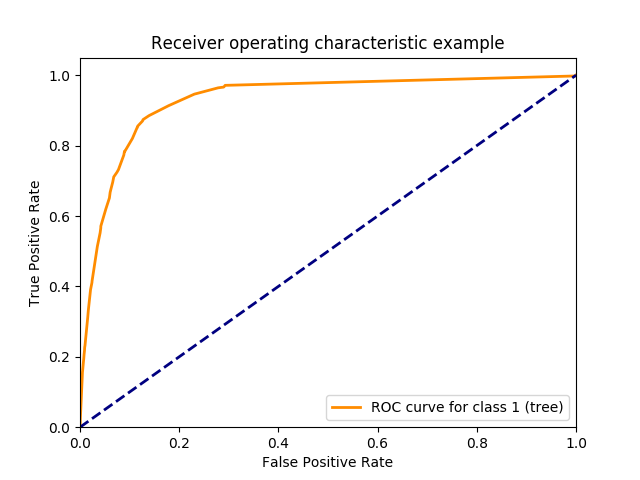
The Graphviz diagram milestone_1/tree.png in jinghanY/App517, before a commit. Its source is kept beside it as milestone_1/tree.dot.
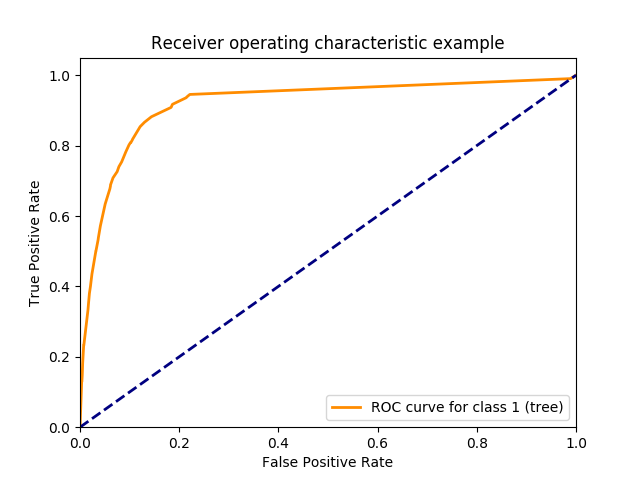
The same diagram one commit later.

The edit, as a diff of the source:
```diff
@@ -1,248 +1,236 @@
 digraph Tree {
 node [shape=box] ;
-0 [label="nr.employed <= 5087.65\ngini = 0.201\nsamples = 24712\nvalue = [21910, 2802]\nclass = no"] ;
-1 [label="duration <= 172.5\ngini = 0.494\nsamples = 2982\nvalue = [1650, 1332]\nclass = no"] ;
+0 [label="nr.employed <= 5087.65\ngini = 0.2\nsamples = 24712\nvalue = [21920, 2792]\nclass = no"] ;
+1 [label="duration <= 166.5\ngini = 0.494\nsamples = 2972\nvalue = [1646, 1326]\nclass = no"] ;
 0 -> 1 [labeldistance=2.5, labelangle=45, headlabel="True"] ;
-2 [label="pdays <= 6.5\ngini = 0.28\nsamples = 1152\nvalue = [958, 194]\nclass = no"] ;
+2 [label="duration <= 123.5\ngini = 0.263\nsamples = 1052\nvalue = [888, 164]\nclass = no"] ;
 1 -> 2 ;
-3 [label="mon <= 0.5\ngini = 0.489\nsamples = 165\nvalue = [95, 70]\nclass = no"] ;
+3 [label="pdays <= 4.5\ngini = 0.154\nsamples = 641\nvalue = [587, 54]\nclass = no"] ;
 2 -> 3 ;
-4 [label="euribor3m <= 0.715\ngini = 0.5\nsamples = 124\nvalue = [62, 62]\nclass = no"] ;
+4 [label="mar <= 0.5\ngini = 0.483\nsamples = 49\nvalue = [29, 20]\nclass = no"] ;
 3 -> 4 ;
-5 [label="fri <= 0.5\ngini = 0.35\nsamples = 31\nvalue = [7, 24]\nclass = no"] ;
+5 [label="euribor3m <= 1.237\ngini = 0.466\nsamples = 46\nvalue = [29, 17]\nclass = no"] ;
 4 -> 5 ;
-6 [label="gini = 0.219\nsamples = 24\nvalue = [3, 21]\nclass = no"] ;
+6 [label="gini = 0.426\nsamples = 39\nvalue = [27, 12]\nclass = no"] ;
 5 -> 6 ;
-7 [label="gini = 0.49\nsamples = 7\nvalue = [4, 3]\nclass = no"] ;
+7 [label="gini = 0.408\nsamples = 7\nvalue = [2, 5]\nclass = no"] ;
 5 -> 7 ;
-8 [label="sep <= 0.5\ngini = 0.483\nsamples = 93\nvalue = [55, 38]\nclass = no"] ;
+8 [label="gini = 0.0\nsamples = 3\nvalue = [0, 3]\nclass = no"] ;
 4 -> 8 ;
-9 [label="gini = 0.444\nsamples = 72\nvalue = [48, 24]\nclass = no"] ;
-8 -> 9 ;
-10 [label="gini = 0.444\nsamples = 21\nvalue = [7, 14]\nclass = no"] ;
-8 -> 10 ;
-11 [label="duration <= 158.5\ngini = 0.314\nsamples = 41\nvalue = [33, 8]\nclass = no"] ;
-3 -> 11 ;
-12 [label="campaign <= 1.5\ngini = 0.229\nsamples = 38\nvalue = [33, 5]\nclass = no"] ;
-11 -> 12 ;
-13 [label="gini = 0.0\nsamples = 14\nvalue = [14, 0]\nclass = no"] ;
-12 -> 13 ;
-14 [label="gini = 0.33\nsamples = 24\nvalue = [19, 5]\nclass = no"] ;
-12 -> 14 ;
-15 [label="gini = 0.0\nsamples = 3\nvalue = [0, 3]\nclass = no"] ;
-11 -> 15 ;
-16 [label="duration <= 123.5\ngini = 0.22\nsamples = 987\nvalue = [863, 124]\nclass = no"] ;
+9 [label="duration <= 78.5\ngini = 0.108\nsamples = 592\nvalue = [558, 34]\nclass = no"] ;
+3 -> 9 ;
+10 [label="euribor3m <= 1.264\ngini = 0.009\nsamples = 233\nvalue = [232, 1]\nclass = no"] ;
+9 -> 10 ;
+11 [label="gini = 0.0\nsamples = 228\nvalue = [228, 0]\nclass = no"] ;
+10 -> 11 ;
+12 [label="gini = 0.32\nsamples = 5\nvalue = [4, 1]\nclass = no"] ;
+10 -> 12 ;
+13 [label="cons.price.idx <= 93.559\ngini = 0.167\nsamples = 359\nvalue = [326, 33]\nclass = no"] ;
+9 -> 13 ;
+14 [label="gini = 0.202\nsamples = 280\nvalue = [248, 32]\nclass = no"] ;
+13 -> 14 ;
+15 [label="gini = 0.025\nsamples = 79\nvalue = [78, 1]\nclass = no"] ;
+13 -> 15 ;
+16 [label="cons.conf.idx <= -34.7\ngini = 0.392\nsamples = 411\nvalue = [301, 110]\nclass = no"] ;
 2 -> 16 ;
-17 [label="duration <= 81.5\ngini = 0.135\nsamples = 620\nvalue = [575, 45]\nclass = no"] ;
+17 [label="duration <= 159.5\ngini = 0.292\nsamples = 197\nvalue = [162, 35]\nclass = no"] ;
 16 -> 17 ;
-18 [label="pdays <= 13.5\ngini = 0.039\nsamples = 252\nvalue = [247, 5]\nclass = no"] ;
+18 [label="age <= 35.5\ngini = 0.25\nsamples = 164\nvalue = [140, 24]\nclass = no"] ;
 17 -> 18 ;
-19 [label="gini = 0.444\nsamples = 3\nvalue = [2, 1]\nclass = no"] ;
+19 [label="gini = 0.153\nsamples = 84\nvalue = [77, 7]\nclass = no"] ;
 18 -> 19 ;
-20 [label="gini = 0.032\nsamples = 249\nvalue = [245, 4]\nclass = no"] ;
+20 [label="gini = 0.335\nsamples = 80\nvalue = [63, 17]\nclass = no"] ;
 18 -> 20 ;
-21 [label="euribor3m <= 1.264\ngini = 0.194\nsamples = 368\nvalue = [328, 40]\nclass = no"] ;
+21 [label="previous <= 3.5\ngini = 0.444\nsamples = 33\nvalue = [22, 11]\nclass = no"] ;
 17 -> 21 ;
-22 [label="gini = 0.177\nsamples = 346\nvalue = [312, 34]\nclass = no"] ;
+22 [label="gini = 0.412\nsamples = 31\nvalue = [22, 9]\nclass = no"] ;
 21 -> 22 ;
-23 [label="gini = 0.397\nsamples = 22\nvalue = [16, 6]\nclass = no"] ;
+23 [label="gini = 0.0\nsamples = 2\nvalue = [0, 2]\nclass = no"] ;
 21 -> 23 ;
-24 [label="emp.var.rate <= -1.75\ngini = 0.338\nsamples = 367\nvalue = [288, 79]\nclass = no"] ;
+24 [label="pdays <= 13.0\ngini = 0.455\nsamples = 214\nvalue = [139, 75]\nclass = no"] ;
 16 -> 24 ;
-25 [label="age <= 23.5\ngini = 0.39\nsamples = 290\nvalue = [213, 77]\nclass = no"] ;
+25 [label="mon <= 0.5\ngini = 0.495\nsamples = 42\nvalue = [19, 23]\nclass = no"] ;
 24 -> 25 ;
-26 [label="gini = 0.49\nsamples = 14\nvalue = [6, 8]\nclass = no"] ;
+26 [label="gini = 0.437\nsamples = 31\nvalue = [10, 21]\nclass = no"] ;
 25 -> 26 ;
-27 [label="gini = 0.375\nsamples = 276\nvalue = [207, 69]\nclass = no"] ;
+27 [label="gini = 0.298\nsamples = 11\nvalue = [9, 2]\nclass = no"] ;
 25 -> 27 ;
-28 [label="unemployed <= 0.5\ngini = 0.051\nsamples = 77\nvalue = [75, 2]\nclass = no"] ;
+28 [label="age <= 22.5\ngini = 0.422\nsamples = 172\nvalue = [120, 52]\nclass = no"] ;
 24 -> 28 ;
-29 [label="gini = 0.026\nsamples = 75\nvalue = [74, 1]\nclass = no"] ;
+29 [label="gini = 0.0\nsamples = 5\nvalue = [0, 5]\nclass = no"] ;
 28 -> 29 ;
-30 [label="gini = 0.5\nsamples = 2\nvalue = [1, 1]\nclass = no"] ;
+30 [label="gini = 0.404\nsamples = 167\nvalue = [120, 47]\nclass = no"] ;
 28 -> 30 ;
-31 [label="pdays <= 16.5\ngini = 0.47\nsamples = 1830\nvalue = [692, 1138]\nclass = no"] ;
+31 [label="success <= 0.5\ngini = 0.478\nsamples = 1920\nvalue = [758, 1162]\nclass = no"] ;
 1 -> 31 ;
-32 [label="campaign <= 3.5\ngini = 0.277\nsamples = 541\nvalue = [90, 451]\nclass = no"] ;
+32 [label="duration <= 264.5\ngini = 0.499\nsamples = 1407\nvalue = [665, 742]\nclass = no"] ;
 31 -> 32 ;
-33 [label="duration <= 191.5\ngini = 0.255\nsamples = 500\nvalue = [75, 425]\nclass = no"] ;
+33 [label="duration <= 197.5\ngini = 0.482\nsamples = 530\nvalue = [315, 215]\nclass = no"] ;
 32 -> 33 ;
-34 [label="cellular <= 0.5\ngini = 0.414\nsamples = 58\nvalue = [17, 41]\nclass = no"] ;
+34 [label="oct <= 0.5\ngini = 0.439\nsamples = 200\nvalue = [135, 65]\nclass = no"] ;
 33 -> 34 ;
-35 [label="gini = 0.0\nsamples = 2\nvalue = [2, 0]\nclass = no"] ;
+35 [label="gini = 0.467\nsamples = 170\nvalue = [107, 63]\nclass = no"] ;
 34 -> 35 ;
-36 [label="gini = 0.392\nsamples = 56\nvalue = [15, 41]\nclass = no"] ;
+36 [label="gini = 0.124\nsamples = 30\nvalue = [28, 2]\nclass = no"] ;
 34 -> 36 ;
-37 [label="euribor3m <= 1.261\ngini = 0.228\nsamples = 442\nvalue = [58, 384]\nclass = no"] ;
+37 [label="pdays <= 8.5\ngini = 0.496\nsamples = 330\nvalue = [180, 150]\nclass = no"] ;
 33 -> 37 ;
-38 [label="gini = 0.213\nsamples = 429\nvalue = [52, 377]\nclass = no"] ;
+38 [label="gini = 0.0\nsamples = 6\nvalue = [0, 6]\nclass = no"] ;
 37 -> 38 ;
-39 [label="gini = 0.497\nsamples = 13\nvalue = [6, 7]\nclass = no"] ;
+39 [label="gini = 0.494\nsamples = 324\nvalue = [180, 144]\nclass = no"] ;
 37 -> 39 ;
-40 [label="duration <= 545.0\ngini = 0.464\nsamples = 41\nvalue = [15, 26]\nclass = no"] ;
+40 [label="emp.var.rate <= -2.35\ngini = 0.48\nsamples = 877\nvalue = [350, 527]\nclass = no"] ;
 32 -> 40 ;
-41 [label="euribor3m <= 0.668\ngini = 0.496\nsamples = 33\nvalue = [15, 18]\nclass = no"] ;
+41 [label="euribor3m <= 0.738\ngini = 0.495\nsamples = 508\nvalue = [229, 279]\nclass = no"] ;
 40 -> 41 ;
-42 [label="gini = 0.0\nsamples = 4\nvalue = [0, 4]\nclass = no"] ;
+42 [label="gini = 0.462\nsamples = 130\nvalue = [47, 83]\nclass = no"] ;
 41 -> 42 ;
-43 [label="gini = 0.499\nsamples = 29\nvalue = [15, 14]\nclass = no"] ;
+43 [label="gini = 0.499\nsamples = 378\nvalue = [182, 196]\nclass = no"] ;
 41 -> 43 ;
-44 [label="gini = 0.0\nsamples = 8\nvalue = [0, 8]\nclass = no"] ;
+44 [label="nonexistent <= 0.5\ngini = 0.441\nsamples = 369\nvalue = [121, 248]\nclass = no"] ;
 40 -> 44 ;
-45 [label="duration <= 250.5\ngini = 0.498\nsamples = 1289\nvalue = [602, 687]\nclass = no"] ;
-31 -> 45 ;
-46 [label="cons.conf.idx <= -28.35\ngini = 0.481\nsamples = 427\nvalue = [255, 172]\nclass = no"] ;
-45 -> 46 ;
-47 [label="campaign <= 4.5\ngini = 0.488\nsamples = 390\nvalue = [225, 165]\nclass = no"] ;
-46 -> 47 ;
-48 [label="gini = 0.493\nsamples = 368\nvalue = [206, 162]\nclass = no"] ;
+45 [label="gini = 0.492\nsamples = 137\nvalue = [60, 77]\nclass = no"] ;
+44 -> 45 ;
+46 [label="gini = 0.388\nsamples = 232\nvalue = [61, 171]\nclass = no"] ;
+44 -> 46 ;
+47 [label="duration <= 1338.5\ngini = 0.297\nsamples = 513\nvalue = [93, 420]\nclass = no"] ;
+31 -> 47 ;
+48 [label="previous <= 5.5\ngini = 0.291\nsamples = 510\nvalue = [90, 420]\nclass = no"] ;
 47 -> 48 ;
-49 [label="gini = 0.236\nsamples = 22\nvalue = [19, 3]\nclass = no"] ;
-47 -> 49 ;
-50 [label="euribor3m <= 0.723\ngini = 0.307\nsamples = 37\nvalue = [30, 7]\nclass = no"] ;
-46 -> 50 ;
-51 [label="gini = 0.5\nsamples = 8\nvalue = [4, 4]\nclass = no"] ;
-50 -> 51 ;
-52 [label="gini = 0.185\nsamples = 29\nvalue = [26, 3]\nclass = no"] ;
-50 -> 52 ;
-53 [label="nr.employed <= 5013.1\ngini = 0.481\nsamples = 862\nvalue = [347, 515]\nclass = no"] ;
-45 -> 53 ;
-54 [label="duration <= 520.5\ngini = 0.433\nsamples = 338\nvalue = [107, 231]\nclass = no"] ;
-53 -> 54 ;
-55 [label="gini = 0.474\nsamples = 241\nvalue = [93, 148]\nclass = no"] ;
+49 [label="duration <= 221.5\ngini = 0.286\nsamples = 508\nvalue = [88, 420]\nclass = no"] ;
+48 -> 49 ;
+50 [label="gini = 0.386\nsamples = 115\nvalue = [30, 85]\nclass = no"] ;
+49 -> 50 ;
+51 [label="gini = 0.252\nsamples = 393\nvalue = [58, 335]\nclass = no"] ;
+49 -> 51 ;
+52 [label="gini = 0.0\nsamples = 2\nvalue = [2, 0]\nclass = no"] ;
+48 -> 52 ;
+53 [label="gini = 0.0\nsamples = 3\nvalue = [3, 0]\nclass = no"] ;
+47 -> 53 ;
+54 [label="duration <= 552.5\ngini = 0.126\nsamples = 21740\nvalue = [20274, 1466]\nclass = no"] ;
+0 -> 54 [labeldistance=2.5, labelangle=-45, headlabel="False"] ;
+55 [label="cons.conf.idx <= -46.65\ngini = 0.052\nsamples = 19557\nvalue = [19038, 519]\nclass = no"] ;
 54 -> 55 ;
-56 [label="gini = 0.247\nsamples = 97\nvalue = [14, 83]\nclass = no"] ;
-54 -> 56 ;
-57 [label="age <= 24.5\ngini = 0.496\nsamples = 524\nvalue = [240, 284]\nclass = no"] ;
-53 -> 57 ;
-58 [label="gini = 0.387\nsamples = 42\nvalue = [11, 31]\nclass = no"] ;
+56 [label="euribor3m <= 1.515\ngini = 0.284\nsamples = 1444\nvalue = [1196, 248]\nclass = no"] ;
+55 -> 56 ;
+57 [label="euribor3m <= 1.368\ngini = 0.242\nsamples = 1298\nvalue = [1115, 183]\nclass = no"] ;
+56 -> 57 ;
+58 [label="duration <= 237.5\ngini = 0.461\nsamples = 147\nvalue = [94, 53]\nclass = no"] ;
 57 -> 58 ;
-59 [label="gini = 0.499\nsamples = 482\nvalue = [229, 253]\nclass = no"] ;
-57 -> 59 ;
-60 [label="duration <= 525.5\ngini = 0.126\nsamples = 21730\nvalue = [20260, 1470]\nclass = no"] ;
-0 -> 60 [labeldistance=2.5, labelangle=-45, headlabel="False"] ;
-61 [label="cons.conf.idx <= -46.65\ngini = 0.05\nsamples = 19395\nvalue = [18894, 501]\nclass = no"] ;
-60 -> 61 ;
-62 [label="euribor3m <= 1.526\ngini = 0.296\nsamples = 1462\nvalue = [1198, 264]\nclass = no"] ;
+59 [label="gini = 0.081\nsamples = 71\nvalue = [68, 3]\nclass = no"] ;
+58 -> 59 ;
+60 [label="gini = 0.45\nsamples = 76\nvalue = [26, 50]\nclass = no"] ;
+58 -> 60 ;
+61 [label="age <= 30.5\ngini = 0.2\nsamples = 1151\nvalue = [1021, 130]\nclass = no"] ;
+57 -> 61 ;
+62 [label="gini = 0.383\nsamples = 186\nvalue = [138, 48]\nclass = no"] ;
 61 -> 62 ;
-63 [label="euribor3m <= 1.368\ngini = 0.251\nsamples = 1304\nvalue = [1112, 192]\nclass = no"] ;
-62 -> 63 ;
-64 [label="duration <= 223.5\ngini = 0.459\nsamples = 151\nvalue = [97, 54]\nclass = no"] ;
-63 -> 64 ;
-65 [label="gini = 0.123\nsamples = 76\nvalue = [71, 5]\nclass = no"] ;
+63 [label="gini = 0.156\nsamples = 965\nvalue = [883, 82]\nclass = no"] ;
+61 -> 63 ;
+64 [label="duration <= 167.5\ngini = 0.494\nsamples = 146\nvalue = [81, 65]\nclass = no"] ;
+56 -> 64 ;
+65 [label="student <= 0.5\ngini = 0.366\nsamples = 87\nvalue = [66, 21]\nclass = no"] ;
 64 -> 65 ;
-66 [label="gini = 0.453\nsamples = 75\nvalue = [26, 49]\nclass = no"] ;
-64 -> 66 ;
-67 [label="age <= 30.5\ngini = 0.211\nsamples = 1153\nvalue = [1015, 138]\nclass = no"] ;
-63 -> 67 ;
-68 [label="gini = 0.421\nsamples = 196\nvalue = [137, 59]\nclass = no"] ;
-67 -> 68 ;
-69 [label="gini = 0.151\nsamples = 957\nvalue = [878, 79]\nclass = no"] ;
-67 -> 69 ;
-70 [label="duration <= 186.5\ngini = 0.496\nsamples = 158\nvalue = [86, 72]\nclass = no"] ;
-62 -> 70 ;
-71 [label="duration <= 94.0\ngini = 0.389\nsamples = 102\nvalue = [75, 27]\nclass = no"] ;
-70 -> 71 ;
-72 [label="gini = 0.127\nsamples = 44\nvalue = [41, 3]\nclass = no"] ;
+66 [label="gini = 0.317\nsamples = 81\nvalue = [65, 16]\nclass = no"] ;
+65 -> 66 ;
+67 [label="gini = 0.278\nsamples = 6\nvalue = [1, 5]\nclass = no"] ;
+65 -> 67 ;
+68 [label="thu <= 0.5\ngini = 0.379\nsamples = 59\nvalue = [15, 44]\nclass = no"] ;
+64 -> 68 ;
+69 [label="gini = 0.315\nsamples = 51\nvalue = [10, 41]\nclass = no"] ;
+68 -> 69 ;
+70 [label="gini = 0.469\nsamples = 8\nvalue = [5, 3]\nclass = no"] ;
+68 -> 70 ;
+71 [label="oct <= 0.5\ngini = 0.029\nsamples = 18113\nvalue = [17842, 271]\nclass = no"] ;
+55 -> 71 ;
+72 [label="duration <= 425.5\ngini = 0.027\nsamples = 18081\nvalue = [17832, 249]\nclass = no"] ;
 71 -> 72 ;
-73 [label="gini = 0.485\nsamples = 58\nvalue = [34, 24]\nclass = no"] ;
-71 -> 73 ;
-74 [label="no <= 0.5\ngini = 0.316\nsamples = 56\nvalue = [11, 45]\nclass = no"] ;
-70 -> 74 ;
-75 [label="gini = 0.42\nsamples = 30\nvalue = [9, 21]\nclass = no"] ;
-74 -> 75 ;
-76 [label="gini = 0.142\nsamples = 26\nvalue = [2, 24]\nclass = no"] ;
-74 -> 76 ;
-77 [label="oct <= 0.5\ngini = 0.026\nsamples = 17933\nvalue = [17696, 237]\nclass = no"] ;
-61 -> 77 ;
-78 [label="duration <= 395.5\ngini = 0.024\nsamples = 17904\nvalue = [17685, 219]\nclass = no"] ;
-77 -> 78 ;
-79 [label="euribor3m <= 1.276\ngini = 0.011\nsamples = 16615\nvalue = [16522, 93]\nclass = no"] ;
-78 -> 79 ;
-80 [label="gini = 0.074\nsamples = 982\nvalue = [944, 38]\nclass = no"] ;
+73 [label="pdays <= 3.5\ngini = 0.014\nsamples = 16958\nvalue = [16840, 118]\nclass = no"] ;
+72 -> 73 ;
+74 [label="gini = 0.412\nsamples = 31\nvalue = [22, 9]\nclass = no"] ;
+73 -> 74 ;
+75 [label="gini = 0.013\nsamples = 16927\nvalue = [16818, 109]\nclass = no"] ;
+73 -> 75 ;
+76 [label="cons.price.idx <= 93.681\ngini = 0.206\nsamples = 1123\nvalue = [992, 131]\nclass = no"] ;
+72 -> 76 ;
+77 [label="gini = 0.294\nsamples = 457\nvalue = [375, 82]\nclass = no"] ;
+76 -> 77 ;
+78 [label="gini = 0.136\nsamples = 666\nvalue = [617, 49]\nclass = no"] ;
+76 -> 78 ;
+79 [label="duration <= 83.0\ngini = 0.43\nsamples = 32\nvalue = [10, 22]\nclass = no"] ;
+71 -> 79 ;
+80 [label="housemaid <= 0.5\ngini = 0.219\nsamples = 8\nvalue = [7, 1]\nclass = no"] ;
 79 -> 80 ;
-81 [label="gini = 0.007\nsamples = 15633\nvalue = [15578, 55]\nclass = no"] ;
-79 -> 81 ;
-82 [label="euribor3m <= 1.286\ngini = 0.176\nsamples = 1289\nvalue = [1163, 126]\nclass = no"] ;
-78 -> 82 ;
-83 [label="gini = 0.415\nsamples = 109\nvalue = [77, 32]\nclass = no"] ;
-82 -> 83 ;
-84 [label="gini = 0.147\nsamples = 1180\nvalue = [1086, 94]\nclass = no"] ;
-82 -> 84 ;
-85 [label="duration <= 76.0\ngini = 0.471\nsamples = 29\nvalue = [11, 18]\nclass = no"] ;
-77 -> 85 ;
-86 [label="housemaid <= 0.5\ngini = 0.245\nsamples = 7\nvalue = [6, 1]\nclass = no"] ;
-85 -> 86 ;
-87 [label="gini = 0.0\nsamples = 6\nvalue = [6, 0]\nclass = no"] ;
+81 [label="gini = 0.0\nsamples = 7\nvalue = [7, 0]\nclass = no"] ;
+80 -> 81 ;
+82 [label="gini = 0.0\nsamples = 1\nvalue = [0, 1]\nclass = no"] ;
+80 -> 82 ;
+83 [label="management <= 0.5\ngini = 0.219\nsamples = 24\nvalue = [3, 21]\nclass = no"] ;
+79 -> 83 ;
+84 [label="gini = 0.159\nsamples = 23\nvalue = [2, 21]\nclass = no"] ;
+83 -> 84 ;
+85 [label="gini = 0.0\nsamples = 1\nvalue = [1, 0]\nclass = no"] ;
+83 -> 85 ;
+86 [label="duration <= 835.5\ngini = 0.491\nsamples = 2183\nvalue = [1236, 947]\nclass = no"] ;
+54 -> 86 ;
+87 [label="euribor3m <= 1.388\ngini = 0.449\nsamples = 1346\nvalue = [887, 459]\nclass = no"] ;
 86 -> 87 ;
-88 [label="gini = 0.0\nsamples = 1\nvalue = [0, 1]\nclass = no"] ;
-86 -> 88 ;
-89 [label="euribor3m <= 4.984\ngini = 0.351\nsamples = 22\nvalue = [5, 17]\nclass = no"] ;
-85 -> 89 ;
-90 [label="gini = 0.117\nsamples = 16\nvalue = [1, 15]\nclass = no"] ;
+88 [label="euribor3m <= 1.349\ngini = 0.497\nsamples = 255\nvalue = [117, 138]\nclass = no"] ;
+87 -> 88 ;
+89 [label="duration <= 825.5\ngini = 0.5\nsamples = 223\nvalue = [113, 110]\nclass = no"] ;
+88 -> 89 ;
+90 [label="gini = 0.499\nsamples = 216\nvalue = [113, 103]\nclass = no"] ;
 89 -> 90 ;
-91 [label="gini = 0.444\nsamples = 6\nvalue = [4, 2]\nclass = no"] ;
+91 [label="gini = 0.0\nsamples = 7\nvalue = [0, 7]\nclass = no"] ;
 89 -> 91 ;
-92 [label="duration <= 827.5\ngini = 0.486\nsamples = 2335\nvalue = [1366, 969]\nclass = no"] ;
-60 -> 92 ;
-93 [label="euribor3m <= 1.402\ngini = 0.437\nsamples = 1464\nvalue = [992, 472]\nclass = no"] ;
+92 [label="management <= 0.5\ngini = 0.219\nsamples = 32\nvalue = [4, 28]\nclass = no"] ;
+88 -> 92 ;
+93 [label="gini = 0.175\nsamples = 31\nvalue = [3, 28]\nclass = no"] ;
 92 -> 93 ;
-94 [label="euribor3m <= 1.349\ngini = 0.499\nsamples = 274\nvalue = [130, 144]\nclass = no"] ;
-93 -> 94 ;
-95 [label="duration <= 645.5\ngini = 0.498\nsamples = 242\nvalue = [128, 114]\nclass = no"] ;
-94 -> 95 ;
-96 [label="gini = 0.468\nsamples = 134\nvalue = [84, 50]\nclass = no"] ;
+94 [label="gini = 0.0\nsamples = 1\nvalue = [1, 0]\nclass = no"] ;
+92 -> 94 ;
+95 [label="euribor3m <= 4.865\ngini = 0.415\nsamples = 1091\nvalue = [770, 321]\nclass = no"] ;
+87 -> 95 ;
+96 [label="duration <= 647.5\ngini = 0.332\nsamples = 543\nvalue = [429, 114]\nclass = no"] ;
 95 -> 96 ;
-97 [label="gini = 0.483\nsamples = 108\nvalue = [44, 64]\nclass = no"] ;
-95 -> 97 ;
-98 [label="entrepreneur <= 0.5\ngini = 0.117\nsamples = 32\nvalue = [2, 30]\nclass = no"] ;
-94 -> 98 ;
-99 [label="gini = 0.062\nsamples = 31\nvalue = [1, 30]\nclass = no"] ;
-98 -> 99 ;
-100 [label="gini = 0.0\nsamples = 1\nvalue = [1, 0]\nclass = no"] ;
-98 -> 100 ;
-101 [label="duration <= 644.5\ngini = 0.399\nsamples = 1190\nvalue = [862, 328]\nclass = no"] ;
-93 -> 101 ;
-102 [label="cons.price.idx <= 93.956\ngini = 0.331\nsamples = 621\nvalue = [491, 130]\nclass = no"] ;
-101 -> 102 ;
-103 [label="gini = 0.387\nsamples = 377\nvalue = [278, 99]\nclass = no"] ;
+97 [label="gini = 0.235\nsamples = 243\nvalue = [210, 33]\nclass = no"] ;
+96 -> 97 ;
+98 [label="gini = 0.394\nsamples = 300\nvalue = [219, 81]\nclass = no"] ;
+96 -> 98 ;
+99 [label="duration <= 644.5\ngini = 0.47\nsamples = 548\nvalue = [341, 207]\nclass = no"] ;
+95 -> 99 ;
+100 [label="gini = 0.428\nsamples = 245\nvalue = [169, 76]\nclass = no"] ;
+99 -> 100 ;
+101 [label="gini = 0.491\nsamples = 303\nvalue = [172, 131]\nclass = no"] ;
+99 -> 101 ;
+102 [label="telephone <= 0.5\ngini = 0.486\nsamples = 837\nvalue = [349, 488]\nclass = no"] ;
+86 -> 102 ;
+103 [label="nov <= 0.5\ngini = 0.463\nsamples = 535\nvalue = [195, 340]\nclass = no"] ;
 102 -> 103 ;
-104 [label="gini = 0.222\nsamples = 244\nvalue = [213, 31]\nclass = no"] ;
-102 -> 104 ;
-105 [label="age <= 35.5\ngini = 0.454\nsamples = 569\nvalue = [371, 198]\nclass = no"] ;
-101 -> 105 ;
-106 [label="gini = 0.492\nsamples = 227\nvalue = [128, 99]\nclass = no"] ;
-105 -> 106 ;
-107 [label="gini = 0.411\nsamples = 342\nvalue = [243, 99]\nclass = no"] ;
-105 -> 107 ;
-108 [label="telephone <= 0.5\ngini = 0.49\nsamples = 871\nvalue = [374, 497]\nclass = no"] ;
-92 -> 108 ;
-109 [label="fri <= 0.5\ngini = 0.477\nsamples = 579\nvalue = [227, 352]\nclass = no"] ;
-108 -> 109 ;
-110 [label="nov <= 0.5\ngini = 0.463\nsamples = 465\nvalue = [169, 296]\nclass = no"] ;
-109 -> 110 ;
-111 [label="gini = 0.45\nsamples = 404\nvalue = [138, 266]\nclass = no"] ;
+104 [label="duration <= 1737.5\ngini = 0.449\nsamples = 461\nvalue = [157, 304]\nclass = no"] ;
+103 -> 104 ;
+105 [label="gini = 0.44\nsamples = 429\nvalue = [140, 289]\nclass = no"] ;
+104 -> 105 ;
+106 [label="gini = 0.498\nsamples = 32\nvalue = [17, 15]\nclass = no"] ;
+104 -> 106 ;
+107 [label="campaign <= 1.5\ngini = 0.5\nsamples = 74\nvalue = [38, 36]\nclass = no"] ;
+103 -> 107 ;
+108 [label="gini = 0.484\nsamples = 34\nvalue = [14, 20]\nclass = no"] ;
+107 -> 108 ;
+109 [label="gini = 0.48\nsamples = 40\nvalue = [24, 16]\nclass = no"] ;
+107 -> 109 ;
+110 [label="duration <= 853.5\ngini = 0.5\nsamples = 302\nvalue = [154, 148]\nclass = no"] ;
+102 -> 110 ;
+111 [label="management <= 0.5\ngini = 0.133\nsamples = 14\nvalue = [13, 1]\nclass = no"] ;
 110 -> 111 ;
-112 [label="gini = 0.5\nsamples = 61\nvalue = [31, 30]\nclass = no"] ;
-110 -> 112 ;
-113 [label="duration <= 1290.0\ngini = 0.5\nsamples = 114\nvalue = [58, 56]\nclass = no"] ;
-109 -> 113 ;
-114 [label="gini = 0.49\nsamples = 86\nvalue = [49, 37]\nclass = no"] ;
-113 -> 114 ;
-115 [label="gini = 0.436\nsamples = 28\nvalue = [9, 19]\nclass = no"] ;
-113 -> 115 ;
-116 [label="euribor3m <= 4.856\ngini = 0.5\nsamples = 292\nvalue = [147, 145]\nclass = no"] ;
-108 -> 116 ;
-117 [label="age <= 55.5\ngini = 0.437\nsamples = 65\nvalue = [44, 21]\nclass = no"] ;
-116 -> 117 ;
-118 [label="gini = 0.406\nsamples = 60\nvalue = [43, 17]\nclass = no"] ;
-117 -> 118 ;
-119 [label="gini = 0.32\nsamples = 5\nvalue = [1, 4]\nclass = no"] ;
-117 -> 119 ;
-120 [label="duration <= 1314.0\ngini = 0.496\nsamples = 227\nvalue = [103, 124]\nclass = no"] ;
-116 -> 120 ;
-121 [label="gini = 0.5\nsamples = 176\nvalue = [88, 88]\nclass = no"] ;
-120 -> 121 ;
-122 [label="gini = 0.415\nsamples = 51\nvalue = [15, 36]\nclass = no"] ;
-120 -> 122 ;
+112 [label="gini = 0.0\nsamples = 12\nvalue = [12, 0]\nclass = no"] ;
+111 -> 112 ;
+113 [label="gini = 0.5\nsamples = 2\nvalue = [1, 1]\nclass = no"] ;
+111 -> 113 ;
+114 [label="duration <= 1200.0\ngini = 0.5\nsamples = 288\nvalue = [141, 147]\nclass = no"] ;
+110 -> 114 ;
+115 [label="gini = 0.496\nsamples = 190\nvalue = [103, 87]\nclass = no"] ;
+114 -> 115 ;
+116 [label="gini = 0.475\nsamples = 98\nvalue = [38, 60]\nclass = no"] ;
+114 -> 116 ;
 }
```
